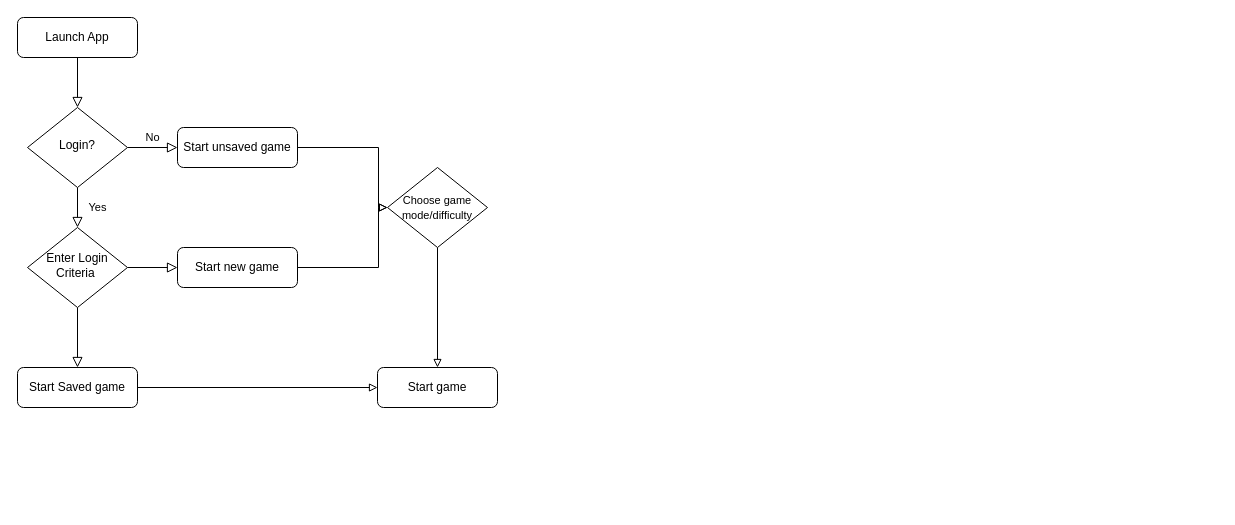
This is Flow chart.drawio from kaireinhold/ultimate_tic-tac-toe, a draw.io file, before an edit. Source tidied: cells renumbered, new cells numbered last; positions are measured from the earlier drawing's top-left corner, leaving out a move shared by most shapes. Both pictures are drawn from the tidied source at 100%, with x=0, y=0 at pixel (17, 17).
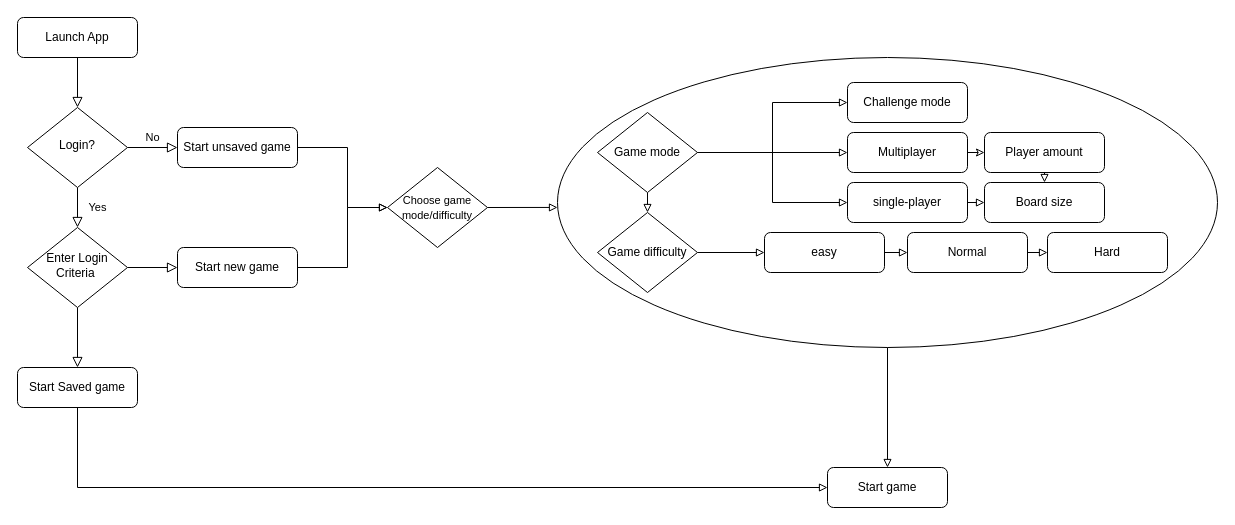
Above is the later version.

Unchanged cells that the change refers to:
```xml
<mxCell id="8" value="Start unsaved game" style="rounded=1;whiteSpace=wrap;html=1;fontSize=12;glass=0;strokeWidth=1;shadow=0;" parent="1" vertex="1">
  <mxGeometry x="160" y="110" width="120" height="40" as="geometry" />
</mxCell>
<mxCell id="13" value="Start Saved game" style="rounded=1;whiteSpace=wrap;html=1;fontSize=12;glass=0;strokeWidth=1;shadow=0;" parent="1" vertex="1">
  <mxGeometry y="350" width="120" height="40" as="geometry" />
</mxCell>
<mxCell id="15" value="Start new game" style="rounded=1;whiteSpace=wrap;html=1;fontSize=12;glass=0;strokeWidth=1;shadow=0;" parent="1" vertex="1">
  <mxGeometry x="160" y="230" width="120" height="40" as="geometry" />
</mxCell>
<mxCell id="17" value="&lt;font style=&quot;font-size: 11px;&quot;&gt;Choose game mode/difficulty&lt;/font&gt;" style="rhombus;whiteSpace=wrap;html=1;" parent="1" vertex="1">
  <mxGeometry x="370" y="150" width="100" height="80" as="geometry" />
</mxCell>
```

Change to the diagram source:
```diff
@@
     <mxCell id="7" style="edgeStyle=orthogonalEdgeStyle;rounded=0;jettySize=auto;html=1;curved=0;endArrow=block;endFill=0;entryX=0;entryY=0.5;entryDx=0;entryDy=0;" parent="1" edge="1" source="8" target="17">
       <mxGeometry relative="1" as="geometry">
         <Array as="points">
-          <mxPoint x="361" y="130" />
-          <mxPoint x="361" y="190" />
+          <mxPoint x="330" y="130" />
+          <mxPoint x="330" y="190" />
         </Array>
       </mxGeometry>
     </mxCell>
@@
-    <mxCell id="12" style="edgeStyle=orthogonalEdgeStyle;rounded=0;jettySize=auto;html=1;endArrow=block;endFill=0;entryX=0;entryY=0.5;entryDx=0;entryDy=0;" parent="1" edge="1" source="13" target="18">
-      <mxGeometry relative="1" as="geometry" />
+    <mxCell id="12" style="edgeStyle=orthogonalEdgeStyle;rounded=0;jettySize=auto;html=1;entryX=0;entryY=0.5;entryDx=0;entryDy=0;endArrow=block;endFill=0;" parent="1" edge="1" source="13" target="18">
+      <mxGeometry relative="1" as="geometry">
+        <Array as="points">
+          <mxPoint x="60" y="470" />
+        </Array>
+      </mxGeometry>
     </mxCell>
@@
     <mxCell id="14" style="edgeStyle=orthogonalEdgeStyle;rounded=0;jettySize=auto;html=1;entryX=0;entryY=0.5;entryDx=0;entryDy=0;endArrow=block;endFill=0;" parent="1" edge="1" source="15" target="17">
       <mxGeometry relative="1" as="geometry">
         <Array as="points">
-          <mxPoint x="361" y="250" />
-          <mxPoint x="361" y="190" />
+          <mxPoint x="330" y="250" />
+          <mxPoint x="330" y="190" />
         </Array>
       </mxGeometry>
     </mxCell>
@@
-    <mxCell id="16" style="edgeStyle=orthogonalEdgeStyle;rounded=0;jettySize=auto;html=1;endArrow=block;endFill=0;entryX=0.5;entryY=0;entryDx=0;entryDy=0;" parent="1" edge="1" source="17" target="18">
-      <mxGeometry relative="1" as="geometry" />
-    </mxCell>
+    <mxCell id="19" style="edgeStyle=orthogonalEdgeStyle;rounded=0;jettySize=auto;html=1;exitX=1;exitY=0.5;exitDx=0;exitDy=0;entryX=0;entryY=0.5;entryDx=0;entryDy=0;endArrow=block;endFill=0;" parent="1" edge="1" source="31" target="24">
+      <mxGeometry relative="1" as="geometry" />
+    </mxCell>
@@
     <mxCell id="18" value="Start game" style="rounded=1;whiteSpace=wrap;html=1;" parent="1" vertex="1">
-      <mxGeometry x="360" y="350" width="120" height="40" as="geometry" />
+      <mxGeometry x="810" y="450" width="120" height="40" as="geometry" />
     </mxCell>
+    <mxCell id="20" value="Challenge mode" style="rounded=1;whiteSpace=wrap;html=1;" parent="1" vertex="1">
+      <mxGeometry x="830" y="65" width="120" height="40" as="geometry" />
+    </mxCell>
+    <mxCell id="21" style="edgeStyle=orthogonalEdgeStyle;rounded=0;jettySize=auto;html=1;exitX=0.5;exitY=1;exitDx=0;exitDy=0;entryX=0.5;entryY=0;entryDx=0;entryDy=0;endArrow=block;endFill=0;" parent="1" edge="1" source="22" target="27">
+      <mxGeometry relative="1" as="geometry" />
+    </mxCell>
+    <mxCell id="22" value="Player amount" style="rounded=1;whiteSpace=wrap;html=1;" parent="1" vertex="1">
+      <mxGeometry x="967" y="115" width="120" height="40" as="geometry" />
+    </mxCell>
+    <mxCell id="23" style="edgeStyle=orthogonalEdgeStyle;rounded=0;jettySize=auto;html=1;exitX=1;exitY=0.5;exitDx=0;exitDy=0;entryX=0;entryY=0.5;entryDx=0;entryDy=0;endArrow=block;endFill=0;" parent="1" edge="1" source="24" target="27">
+      <mxGeometry relative="1" as="geometry" />
+    </mxCell>
+    <mxCell id="24" value="single-player" style="rounded=1;whiteSpace=wrap;html=1;" parent="1" vertex="1">
+      <mxGeometry x="830" y="165" width="120" height="40" as="geometry" />
+    </mxCell>
+    <mxCell id="25" style="edgeStyle=orthogonalEdgeStyle;rounded=0;jettySize=auto;html=1;exitX=1;exitY=0.5;exitDx=0;exitDy=0;entryX=0;entryY=0.5;entryDx=0;entryDy=0;endArrow=classic;endFill=0;" parent="1" edge="1" source="26" target="22">
+      <mxGeometry relative="1" as="geometry" />
+    </mxCell>
+    <mxCell id="26" value="Multiplayer" style="rounded=1;whiteSpace=wrap;html=1;" parent="1" vertex="1">
+      <mxGeometry x="830" y="115" width="120" height="40" as="geometry" />
+    </mxCell>
+    <mxCell id="27" value="Board size" style="rounded=1;whiteSpace=wrap;html=1;" parent="1" vertex="1">
+      <mxGeometry x="967" y="165" width="120" height="40" as="geometry" />
+    </mxCell>
+    <mxCell id="28" style="edgeStyle=orthogonalEdgeStyle;rounded=0;jettySize=auto;html=1;exitX=0.5;exitY=1;exitDx=0;exitDy=0;endArrow=block;endFill=0;entryX=0.5;entryY=0;entryDx=0;entryDy=0;" parent="1" edge="1" source="31" target="33">
+      <mxGeometry relative="1" as="geometry" />
+    </mxCell>
+    <mxCell id="29" style="edgeStyle=orthogonalEdgeStyle;rounded=0;jettySize=auto;html=1;entryX=0;entryY=0.5;entryDx=0;entryDy=0;endArrow=block;endFill=0;" parent="1" edge="1" source="31" target="26">
+      <mxGeometry relative="1" as="geometry" />
+    </mxCell>
+    <mxCell id="30" style="edgeStyle=orthogonalEdgeStyle;rounded=0;jettySize=auto;html=1;endArrow=block;endFill=0;" parent="1" edge="1" source="31" target="20">
+      <mxGeometry relative="1" as="geometry" />
+    </mxCell>
+    <mxCell id="31" value="Game mode" style="rhombus;whiteSpace=wrap;html=1;" parent="1" vertex="1">
+      <mxGeometry x="580" y="95" width="100" height="80" as="geometry" />
+    </mxCell>
+    <mxCell id="32" style="edgeStyle=orthogonalEdgeStyle;rounded=0;jettySize=auto;html=1;exitX=1;exitY=0.5;exitDx=0;exitDy=0;endArrow=block;endFill=0;entryX=0;entryY=0.5;entryDx=0;entryDy=0;" parent="1" edge="1" source="33" target="35">
+      <mxGeometry relative="1" as="geometry" />
+    </mxCell>
+    <mxCell id="33" value="Game difficulty" style="rhombus;whiteSpace=wrap;html=1;" parent="1" vertex="1">
+      <mxGeometry x="580" y="195" width="100" height="80" as="geometry" />
+    </mxCell>
+    <mxCell id="34" style="edgeStyle=orthogonalEdgeStyle;rounded=0;jettySize=auto;html=1;exitX=1;exitY=0.5;exitDx=0;exitDy=0;endArrow=block;endFill=0;entryX=0;entryY=0.5;entryDx=0;entryDy=0;" parent="1" edge="1" source="35" target="37">
+      <mxGeometry relative="1" as="geometry" />
+    </mxCell>
+    <mxCell id="35" value="easy" style="rounded=1;whiteSpace=wrap;html=1;" parent="1" vertex="1">
+      <mxGeometry x="747" y="215" width="120" height="40" as="geometry" />
+    </mxCell>
+    <mxCell id="36" style="edgeStyle=orthogonalEdgeStyle;rounded=0;jettySize=auto;html=1;exitX=1;exitY=0.5;exitDx=0;exitDy=0;endArrow=block;endFill=0;entryX=0;entryY=0.5;entryDx=0;entryDy=0;" parent="1" edge="1" source="37" target="38">
+      <mxGeometry relative="1" as="geometry" />
+    </mxCell>
+    <mxCell id="37" value="Normal" style="rounded=1;whiteSpace=wrap;html=1;" parent="1" vertex="1">
+      <mxGeometry x="890" y="215" width="120" height="40" as="geometry" />
+    </mxCell>
+    <mxCell id="38" value="Hard" style="rounded=1;whiteSpace=wrap;html=1;" parent="1" vertex="1">
+      <mxGeometry x="1030" y="215" width="120" height="40" as="geometry" />
+    </mxCell>
+    <mxCell id="39" style="edgeStyle=orthogonalEdgeStyle;rounded=0;jettySize=auto;html=1;entryX=0.5;entryY=0;entryDx=0;entryDy=0;endArrow=block;endFill=0;" parent="1" edge="1" source="40" target="18">
+      <mxGeometry relative="1" as="geometry" />
+    </mxCell>
+    <mxCell id="40" style="ellipse;whiteSpace=wrap;html=1;fillColor=none;" parent="1" vertex="1">
+      <mxGeometry x="540" y="40" width="660" height="290" as="geometry" />
+    </mxCell>
+    <mxCell id="41" style="endArrow=block;html=1;rounded=0;exitX=1;exitY=0.5;exitDx=0;exitDy=0;entryX=0;entryY=0.517;entryDx=0;entryDy=0;entryPerimeter=0;endFill=0;" parent="1" edge="1" source="17" target="40">
+      <mxGeometry relative="1" as="geometry" />
+    </mxCell>
```
